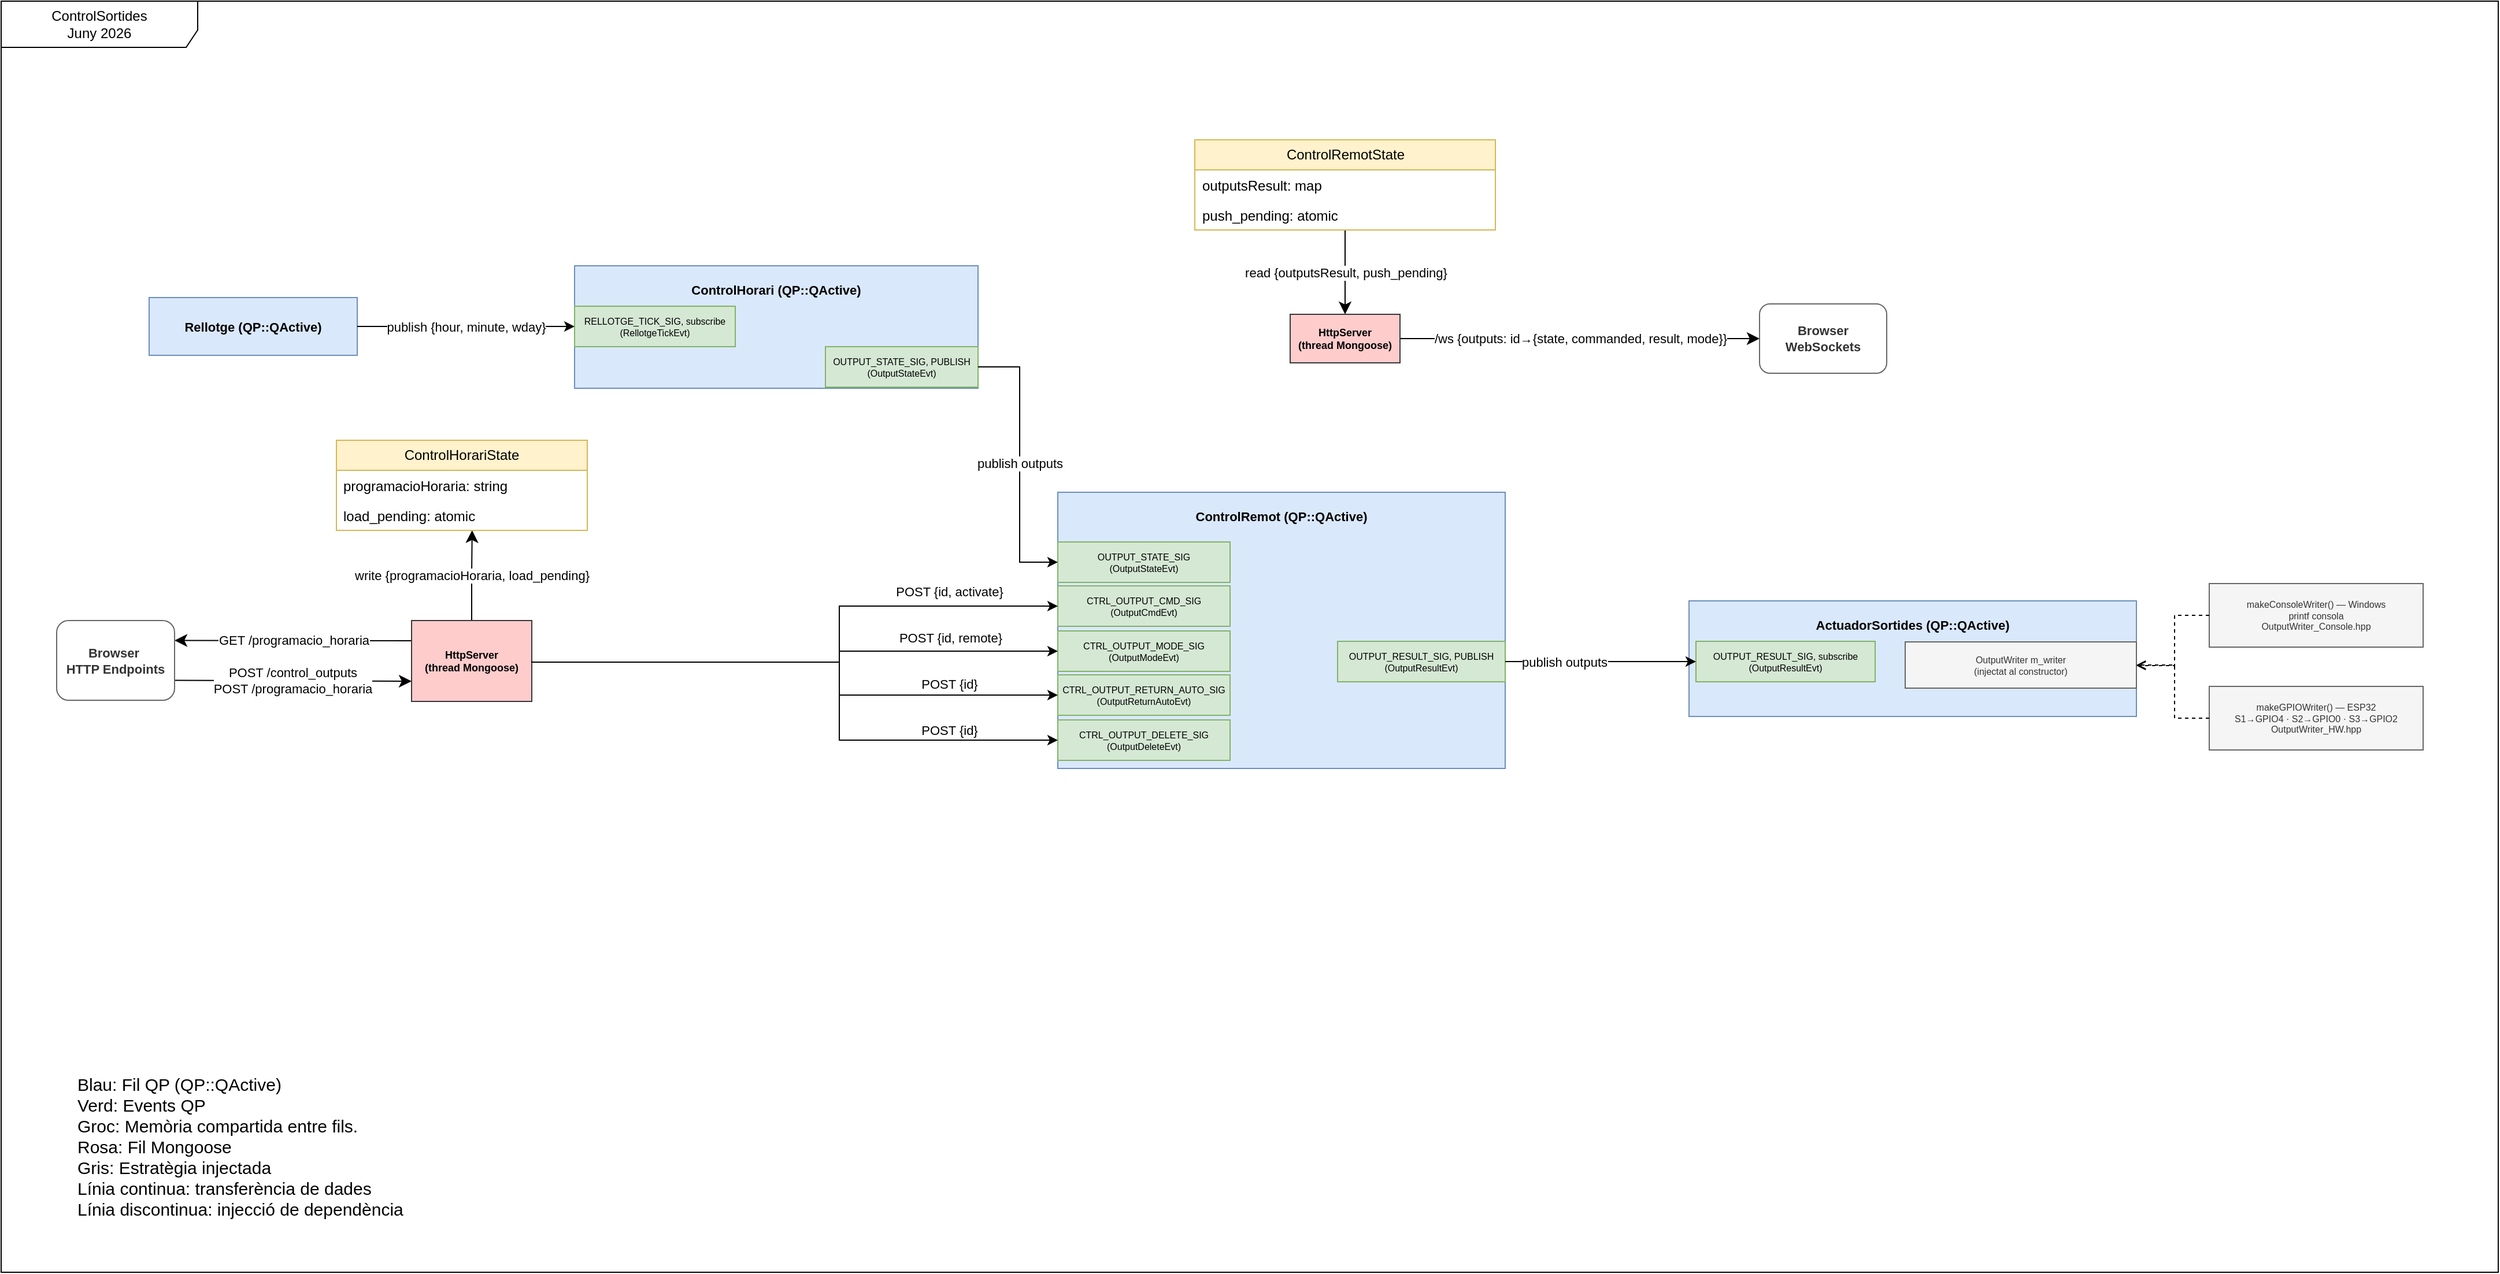
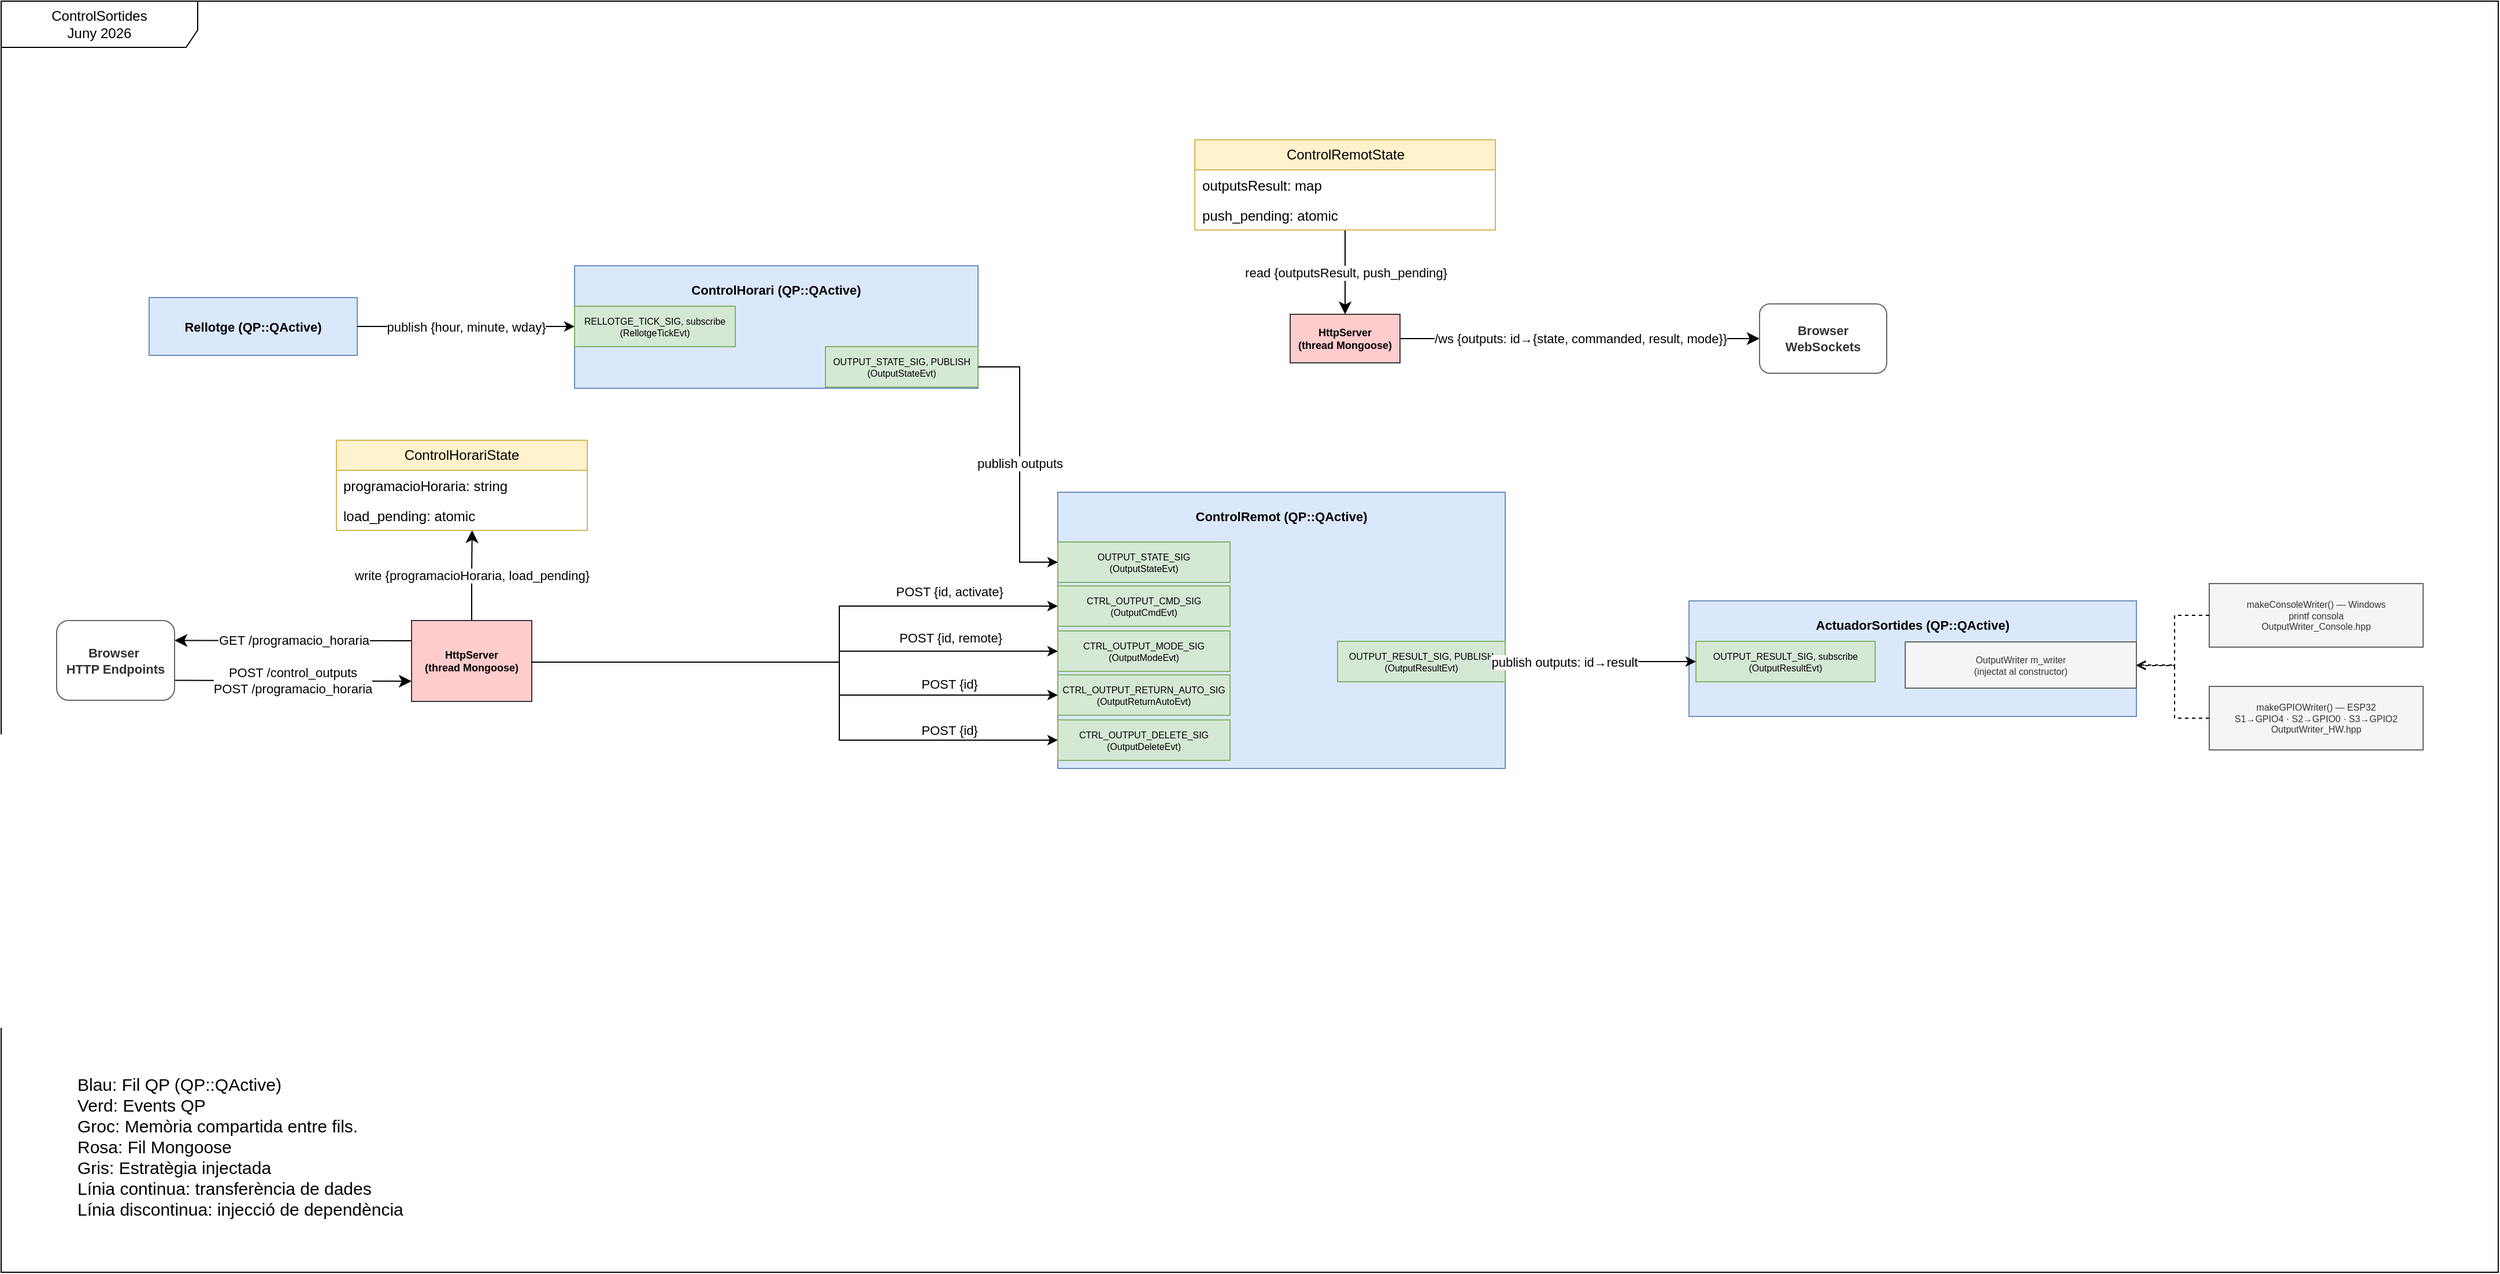
<mxfile host="Electron" agent="Mozilla/5.0 (Windows NT 10.0; Win64; x64) AppleWebKit/537.36 (KHTML, like Gecko) draw.io/28.2.8 Chrome/140.0.7339.240 Electron/38.4.0 Safari/537.36" version="28.2.8">
  <diagram name="ControlRemot" id="controlremot">
    <mxGraphModel dx="1028" dy="663" grid="1" gridSize="10" guides="1" tooltips="1" connect="1" arrows="1" fold="1" page="1" pageScale="1" pageWidth="2336" pageHeight="1654" math="0" shadow="0">
      <root>
        <mxCell id="0" />
        <mxCell id="1" parent="0" />
        <mxCell id="hFHh7xch7r8VRYxtVC4N-1" value="&lt;span style=&quot;font-family: Helvetica; font-size: 11px;&quot;&gt;GET /programacio_horaria&lt;/span&gt;" style="edgeStyle=none;curved=1;rounded=0;orthogonalLoop=1;jettySize=auto;html=1;exitX=0;exitY=0.25;exitDx=0;exitDy=0;entryX=1;entryY=0.25;entryDx=0;entryDy=0;startSize=8;endSize=8;fontFamily=Helvetica;fontSize=11" parent="1" source="http" target="nPEGExYc4R3wSkc33mew-3" edge="1">
          <mxGeometry relative="1" as="geometry" />
        </mxCell>
        <mxCell id="hX1N1Huatbx-X40mZiJC-2" value="&lt;span style=&quot;color: rgb(0, 0, 0); font-family: Helvetica; font-size: 11px; font-style: normal; font-variant-ligatures: normal; font-variant-caps: normal; font-weight: 400; letter-spacing: normal; orphans: 2; text-align: center; text-indent: 0px; text-transform: none; widows: 2; word-spacing: 0px; -webkit-text-stroke-width: 0px; white-space: nowrap; background-color: rgb(255, 255, 255); text-decoration-thickness: initial; text-decoration-style: initial; text-decoration-color: initial; display: inline !important; float: none;&quot;&gt;write {programacioHoraria, load_pending}&lt;/span&gt;" style="edgeStyle=orthogonalEdgeStyle;rounded=0;orthogonalLoop=1;jettySize=auto;html=1;exitX=0.5;exitY=0;exitDx=0;exitDy=0;startSize=8;endSize=8;entryX=0.541;entryY=0.994;entryDx=0;entryDy=0;entryPerimeter=0;fontFamily=Helvetica;fontSize=11" parent="1" source="http" target="ch_reload_f2" edge="1">
          <mxGeometry relative="1" as="geometry" />
        </mxCell>
        <mxCell id="http" value="HttpServer&#xa;(thread Mongoose)" style="rounded=0;whiteSpace=wrap;html=1;fillColor=#ffcccc;strokeColor=#36393d;fontSize=9;fontStyle=1" parent="1" vertex="1">
          <mxGeometry x="435" y="806" width="104" height="70" as="geometry" />
        </mxCell>
        <mxCell id="nPEGExYc4R3wSkc33mew-6" value="/ws {outputs: id→{state, commanded, result, mode}}" style="edgeStyle=none;curved=1;rounded=0;orthogonalLoop=1;jettySize=auto;html=1;exitX=1;exitY=0.5;exitDx=0;exitDy=0;startSize=8;endSize=8;startArrow=none;startFill=0;fontFamily=Helvetica;fontSize=11" parent="1" source="ws" target="nPEGExYc4R3wSkc33mew-5" edge="1">
          <mxGeometry relative="1" as="geometry" />
        </mxCell>
        <mxCell id="ws" value="HttpServer&lt;br&gt;(thread Mongoose)" style="rounded=0;whiteSpace=wrap;html=1;fillColor=#ffcccc;strokeColor=#36393d;fontSize=9;fontStyle=1" parent="1" vertex="1">
          <mxGeometry x="1195" y="541" width="95" height="42" as="geometry" />
        </mxCell>
        <mxCell id="ch" value="ControlHorari (QP::QActive)" style="rounded=0;whiteSpace=wrap;html=1;fillColor=#dae8fc;strokeColor=#6c8ebf;fontSize=11;fontStyle=1;verticalAlign=top;spacingTop=8" parent="1" vertex="1">
          <mxGeometry x="576" y="499" width="349" height="106" as="geometry" />
        </mxCell>
        <mxCell id="ch_tick" value="RELLOTGE_TICK_SIG, subscribe&#xa;(RellotgeTickEvt)" style="rounded=0;whiteSpace=wrap;html=1;fillColor=#d5e8d4;strokeColor=#82b366;fontSize=8" parent="1" vertex="1">
          <mxGeometry x="576" y="534" width="139" height="35" as="geometry" />
        </mxCell>
        <mxCell id="ch_out_io" value="OUTPUT_STATE_SIG, PUBLISH&#xa;(OutputStateEvt)" style="rounded=0;whiteSpace=wrap;html=1;fillColor=#d5e8d4;strokeColor=#82b366;fontSize=8" parent="1" vertex="1">
          <mxGeometry x="793" y="569" width="132" height="35" as="geometry" />
        </mxCell>
        <mxCell id="rl" value="Rellotge (QP::QActive)" style="rounded=0;whiteSpace=wrap;html=1;fillColor=#dae8fc;strokeColor=#6c8ebf;fontSize=11;fontStyle=1;" parent="1" vertex="1">
          <mxGeometry x="208" y="526.5" width="180" height="50" as="geometry" />
        </mxCell>
        <mxCell id="cr" value="ControlRemot (QP::QActive)" style="rounded=0;whiteSpace=wrap;html=1;fillColor=#dae8fc;strokeColor=#6c8ebf;fontSize=11;fontStyle=1;verticalAlign=top;spacingTop=8" parent="1" vertex="1">
          <mxGeometry x="994" y="695" width="387" height="239" as="geometry" />
        </mxCell>
        <mxCell id="in_io" value="OUTPUT_STATE_SIG&#xa;(OutputStateEvt)" style="rounded=0;whiteSpace=wrap;html=1;fillColor=#d5e8d4;strokeColor=#82b366;fontSize=8" parent="1" vertex="1">
          <mxGeometry x="994" y="738" width="149" height="35" as="geometry" />
        </mxCell>
        <mxCell id="in_cmd" value="CTRL_OUTPUT_CMD_SIG&#xa;(OutputCmdEvt)" style="rounded=0;whiteSpace=wrap;html=1;fillColor=#d5e8d4;strokeColor=#82b366;fontSize=8" parent="1" vertex="1">
          <mxGeometry x="994" y="776" width="149" height="35" as="geometry" />
        </mxCell>
        <mxCell id="in_mode" value="CTRL_OUTPUT_MODE_SIG&#xa;(OutputModeEvt)" style="rounded=0;whiteSpace=wrap;html=1;fillColor=#d5e8d4;strokeColor=#82b366;fontSize=8" parent="1" vertex="1">
          <mxGeometry x="994" y="815" width="149" height="35" as="geometry" />
        </mxCell>
        <mxCell id="in_ret" value="CTRL_OUTPUT_RETURN_AUTO_SIG&#xa;(OutputReturnAutoEvt)" style="rounded=0;whiteSpace=wrap;html=1;fillColor=#d5e8d4;strokeColor=#82b366;fontSize=8" parent="1" vertex="1">
          <mxGeometry x="994" y="853" width="149" height="35" as="geometry" />
        </mxCell>
        <mxCell id="in_del" value="CTRL_OUTPUT_DELETE_SIG&#xa;(OutputDeleteEvt)" style="rounded=0;whiteSpace=wrap;html=1;fillColor=#d5e8d4;strokeColor=#82b366;fontSize=8" parent="1" vertex="1">
          <mxGeometry x="994" y="892" width="149" height="35" as="geometry" />
        </mxCell>
        <mxCell id="out_pub" value="OUTPUT_RESULT_SIG, PUBLISH&#xa;(OutputResultEvt)" style="rounded=0;whiteSpace=wrap;html=1;fillColor=#d5e8d4;strokeColor=#82b366;fontSize=8" parent="1" vertex="1">
          <mxGeometry x="1236" y="824" width="145" height="35" as="geometry" />
        </mxCell>
        <mxCell id="hX1N1Huatbx-X40mZiJC-3" value="&lt;span style=&quot;font-size: 11px;&quot;&gt;read {outputsResult, push_pending}&lt;/span&gt;" style="edgeStyle=orthogonalEdgeStyle;rounded=0;orthogonalLoop=1;jettySize=auto;html=1;entryX=0.5;entryY=0;entryDx=0;entryDy=0;startSize=8;endSize=8;fontFamily=Helvetica;fontSize=11" parent="1" source="out_ss" target="ws" edge="1">
          <mxGeometry relative="1" as="geometry" />
        </mxCell>
        <mxCell id="e1" value="POST {id, activate}" style="edgeStyle=orthogonalEdgeStyle;rounded=0;html=1;exitX=1;exitY=0.5;entryX=0;entryY=0.5;fontFamily=Helvetica;fontSize=11" parent="1" source="http" target="in_cmd" edge="1">
          <mxGeometry x="0.6274" y="14" relative="1" as="geometry">
            <Array as="points">
              <mxPoint x="805" y="842" />
              <mxPoint x="805" y="794" />
            </Array>
            <mxPoint y="1" as="offset" />
          </mxGeometry>
        </mxCell>
        <mxCell id="e2" value="POST {id, remote}" style="edgeStyle=orthogonalEdgeStyle;rounded=0;html=1;exitX=1;exitY=0.5;entryX=0;entryY=0.5;fontFamily=Helvetica;fontSize=11" parent="1" source="http" target="in_mode" edge="1">
          <mxGeometry x="0.5961" y="13" relative="1" as="geometry">
            <Array as="points">
              <mxPoint x="805" y="842" />
              <mxPoint x="805" y="832" />
            </Array>
            <mxPoint x="1" y="1" as="offset" />
          </mxGeometry>
        </mxCell>
        <mxCell id="e3" value="POST {id}" style="edgeStyle=orthogonalEdgeStyle;rounded=0;html=1;exitX=1;exitY=0.5;entryX=0;entryY=0.5;fontFamily=Helvetica;fontSize=11" parent="1" source="http" target="in_ret" edge="1">
          <mxGeometry x="0.612" y="-29" relative="1" as="geometry">
            <Array as="points">
              <mxPoint x="539" y="842" />
              <mxPoint x="805" y="842" />
              <mxPoint x="805" y="871" />
            </Array>
            <mxPoint y="1" as="offset" />
          </mxGeometry>
        </mxCell>
        <mxCell id="e4" value="POST {id}" style="edgeStyle=orthogonalEdgeStyle;rounded=0;html=1;exitX=1;exitY=0.5;entryX=0;entryY=0.5;fontFamily=Helvetica;fontSize=11" parent="1" source="http" target="in_del" edge="1">
          <mxGeometry x="0.6409" y="50" relative="1" as="geometry">
            <Array as="points">
              <mxPoint x="539" y="842" />
              <mxPoint x="805" y="842" />
              <mxPoint x="805" y="909" />
            </Array>
            <mxPoint y="1" as="offset" />
          </mxGeometry>
        </mxCell>
        <mxCell id="e7" value="publish outputs" style="edgeStyle=orthogonalEdgeStyle;rounded=0;html=1;exitX=1;exitY=0.5;entryX=0;entryY=0.5;entryDx=0;entryDy=0;fontFamily=Helvetica;fontSize=11" parent="1" source="ch_out_io" target="in_io" edge="1">
          <mxGeometry relative="1" as="geometry">
            <Array as="points">
              <mxPoint x="961" y="587" />
              <mxPoint x="961" y="755" />
            </Array>
          </mxGeometry>
        </mxCell>
        <mxCell id="e10" value="publish {hour, minute, wday}" style="edgeStyle=orthogonalEdgeStyle;rounded=0;html=1;exitX=1;exitY=0.5;exitDx=0;exitDy=0;entryX=0;entryY=0.5;entryDx=0;entryDy=0;fontFamily=Helvetica;fontSize=11" parent="1" source="rl" target="ch_tick" edge="1">
          <mxGeometry relative="1" as="geometry" />
        </mxCell>
        <mxCell id="hFHh7xch7r8VRYxtVC4N-2" value="&lt;span style=&quot;font-size: 11px;&quot;&gt;POST /control_outputs&lt;br&gt;POST /programacio_horaria&lt;/span&gt;" style="edgeStyle=none;curved=1;rounded=0;orthogonalLoop=1;jettySize=auto;html=1;exitX=1;exitY=0.75;exitDx=0;exitDy=0;entryX=0;entryY=0.75;entryDx=0;entryDy=0;startSize=8;endSize=8;fontFamily=Helvetica;fontSize=11" parent="1" source="nPEGExYc4R3wSkc33mew-3" target="http" edge="1">
          <mxGeometry relative="1" as="geometry" />
        </mxCell>
        <mxCell id="nPEGExYc4R3wSkc33mew-3" value="&lt;b&gt;Browser&amp;nbsp;&lt;/b&gt;&lt;div&gt;&lt;b&gt;HTTP Endpoints&lt;/b&gt;&lt;/div&gt;" style="rounded=1;whiteSpace=wrap;html=1;fillColor=#ffffff;strokeColor=#666666;fontColor=#333333;fontSize=11;" parent="1" vertex="1">
          <mxGeometry x="128" y="806" width="102" height="69" as="geometry" />
        </mxCell>
        <mxCell id="nPEGExYc4R3wSkc33mew-5" value="&lt;b&gt;Browser WebSockets&lt;/b&gt;" style="rounded=1;whiteSpace=wrap;html=1;fillColor=#ffffff;strokeColor=#666666;fontColor=#333333;fontSize=11;" parent="1" vertex="1">
          <mxGeometry x="1601" y="532" width="110" height="60" as="geometry" />
        </mxCell>
        <mxCell id="jaKRlGInz0ltfFADGkvu-5" value="ControlSortides&lt;div&gt;Juny 2026&lt;/div&gt;" style="shape=umlFrame;whiteSpace=wrap;html=1;pointerEvents=0;recursiveResize=0;container=1;collapsible=0;width=170;height=40;" parent="1" vertex="1">
          <mxGeometry x="80" y="270" width="2160" height="1100" as="geometry" />
        </mxCell>
        <mxCell id="IJb5zE0oGNF-HTFJebx6-1" value="&lt;div&gt;&lt;font style=&quot;font-size: 15px;&quot;&gt;Blau: Fil QP (QP::QActive)&lt;/font&gt;&lt;/div&gt;&lt;div&gt;&lt;font style=&quot;font-size: 15px;&quot;&gt;Verd: Events QP&lt;/font&gt;&lt;/div&gt;&lt;div&gt;&lt;font style=&quot;font-size: 15px;&quot;&gt;Groc: Memòria compartida entre fils.&lt;/font&gt;&lt;/div&gt;&lt;div&gt;&lt;font style=&quot;font-size: 15px;&quot;&gt;Rosa: Fil Mongoose&lt;/font&gt;&lt;/div&gt;&lt;div&gt;&lt;font style=&quot;font-size: 15px;&quot;&gt;Gris: Estratègia injectada&lt;/font&gt;&lt;/div&gt;&lt;div&gt;&lt;font style=&quot;font-size: 15px;&quot;&gt;Línia continua: transferència de dades&lt;/font&gt;&lt;/div&gt;&lt;div&gt;&lt;font style=&quot;font-size: 15px;&quot;&gt;Línia discontinua: injecció de dependència&lt;/font&gt;&lt;/div&gt;" style="text;strokeColor=none;fillColor=none;align=left;verticalAlign=middle;spacingLeft=4;spacingRight=4;overflow=hidden;whiteSpace=wrap;html=1;" parent="jaKRlGInz0ltfFADGkvu-5" vertex="1">
          <mxGeometry x="60" y="926" width="430" height="130" as="geometry" />
        </mxCell>
        <mxCell id="out_ss" value="ControlRemotState" style="swimlane;fontStyle=0;childLayout=stackLayout;horizontal=1;startSize=26;fillColor=#fff2cc;horizontalStack=0;resizeParent=1;resizeParentMax=0;resizeLast=0;collapsible=0;marginBottom=0;whiteSpace=wrap;html=1;strokeColor=#d6b656;" parent="jaKRlGInz0ltfFADGkvu-5" vertex="1">
          <mxGeometry x="1032.5" y="120" width="260" height="78" as="geometry" />
        </mxCell>
        <mxCell id="out_ss_f1" value="outputsResult: map&lt;int, OutputInfo&gt;" style="text;strokeColor=none;fillColor=none;align=left;verticalAlign=top;spacingLeft=4;spacingRight=4;overflow=hidden;rotatable=0;points=[[0,0.5],[1,0.5]];portConstraint=eastwest;whiteSpace=wrap;html=1;" parent="out_ss" vertex="1">
          <mxGeometry y="26" width="260" height="26" as="geometry" />
        </mxCell>
        <mxCell id="out_ss_f2" value="push_pending: atomic&lt;bool&gt;" style="text;strokeColor=none;fillColor=none;align=left;verticalAlign=top;spacingLeft=4;spacingRight=4;overflow=hidden;rotatable=0;points=[[0,0.5],[1,0.5]];portConstraint=eastwest;whiteSpace=wrap;html=1;" parent="out_ss" vertex="1">
          <mxGeometry y="52" width="260" height="26" as="geometry" />
        </mxCell>
        <mxCell id="ch_reload" value="ControlHorariState" style="swimlane;fontStyle=0;childLayout=stackLayout;horizontal=1;startSize=26;fillColor=#fff2cc;horizontalStack=0;resizeParent=1;resizeParentMax=0;resizeLast=0;collapsible=0;marginBottom=0;whiteSpace=wrap;html=1;strokeColor=#d6b656;" parent="jaKRlGInz0ltfFADGkvu-5" vertex="1">
          <mxGeometry x="290" y="380" width="217" height="78" as="geometry" />
        </mxCell>
        <mxCell id="ch_reload_f1" value="programacioHoraria: string" style="text;strokeColor=none;fillColor=none;align=left;verticalAlign=top;spacingLeft=4;spacingRight=4;overflow=hidden;rotatable=0;points=[[0,0.5],[1,0.5]];portConstraint=eastwest;whiteSpace=wrap;html=1;" parent="ch_reload" vertex="1">
          <mxGeometry y="26" width="217" height="26" as="geometry" />
        </mxCell>
        <mxCell id="ch_reload_f2" value="load_pending: atomic&lt;bool&gt;" style="text;strokeColor=none;fillColor=none;align=left;verticalAlign=top;spacingLeft=4;spacingRight=4;overflow=hidden;rotatable=0;points=[[0,0.5],[1,0.5]];portConstraint=eastwest;whiteSpace=wrap;html=1;" parent="ch_reload" vertex="1">
          <mxGeometry y="52" width="217" height="26" as="geometry" />
        </mxCell>
        <mxCell id="as" value="ActuadorSortides (QP::QActive)" style="rounded=0;whiteSpace=wrap;html=1;fillColor=#dae8fc;strokeColor=#6c8ebf;fontSize=11;fontStyle=1;verticalAlign=top;spacingTop=8" parent="1" vertex="1">
          <mxGeometry x="1540" y="789" width="387" height="100" as="geometry" />
        </mxCell>
        <mxCell id="as_in" value="OUTPUT_RESULT_SIG, subscribe&#xa;(OutputResultEvt)" style="rounded=0;whiteSpace=wrap;html=1;fillColor=#d5e8d4;strokeColor=#82b366;fontSize=8" parent="1" vertex="1">
          <mxGeometry x="1546" y="824" width="155" height="35" as="geometry" />
        </mxCell>
        <mxCell id="as_gpio" value="OutputWriter m_writer&#xa;(injectat al constructor)" style="rounded=0;whiteSpace=wrap;html=1;fillColor=#f5f5f5;strokeColor=#666666;fontColor=#333333;fontSize=8" parent="1" vertex="1">
          <mxGeometry x="1727" y="824.5" width="200" height="40" as="geometry" />
        </mxCell>
-         <mxCell id="e_as" value="publish outputs" style="edgeStyle=orthogonalEdgeStyle;rounded=0;html=1;exitX=1;exitY=0.5;exitDx=0;exitDy=0;entryX=0;entryY=0.5;entryDx=0;entryDy=0;fontFamily=Helvetica;fontSize=11" parent="1" source="out_pub" target="as_in" edge="1">
+         <mxCell id="e_as" value="publish outputs: id→result" style="edgeStyle=orthogonalEdgeStyle;rounded=0;html=1;exitX=1;exitY=0.5;exitDx=0;exitDy=0;entryX=0;entryY=0.5;entryDx=0;entryDy=0;fontFamily=Helvetica;fontSize=11" parent="1" source="out_pub" target="as_in" edge="1">
          <mxGeometry x="-0.3157" relative="1" as="geometry">
            <Array as="points">
              <mxPoint x="1410" y="837" />
              <mxPoint x="1410" y="842" />
              <mxPoint x="1466" y="842" />
            </Array>
            <mxPoint as="offset" />
          </mxGeometry>
        </mxCell>
        <mxCell id="ow_hw" value="makeGPIOWriter() — ESP32&#xa;S1→GPIO4 · S2→GPIO0 · S3→GPIO2&#xa;OutputWriter_HW.hpp" style="rounded=0;whiteSpace=wrap;html=1;fillColor=#f5f5f5;strokeColor=#666666;fontColor=#333333;fontSize=8" parent="1" vertex="1">
          <mxGeometry x="1990" y="863" width="185" height="55" as="geometry" />
        </mxCell>
        <mxCell id="ow_console" value="makeConsoleWriter() — Windows&#xa;printf consola&#xa;OutputWriter_Console.hpp" style="rounded=0;whiteSpace=wrap;html=1;fillColor=#f5f5f5;strokeColor=#666666;fontColor=#333333;fontSize=8" parent="1" vertex="1">
          <mxGeometry x="1990" y="774" width="185" height="55" as="geometry" />
        </mxCell>
        <mxCell id="e_ow_hw" value="" style="edgeStyle=orthogonalEdgeStyle;rounded=0;html=1;exitX=0;exitY=0.5;exitDx=0;exitDy=0;entryX=1;entryY=0.5;entryDx=0;entryDy=0;dashed=1;endArrow=open;endFill=0;fontFamily=Helvetica;fontSize=11" parent="1" source="ow_hw" target="as_gpio" edge="1">
          <mxGeometry x="-0.1192" relative="1" as="geometry">
            <Array as="points">
              <mxPoint x="1960" y="890" />
              <mxPoint x="1960" y="844" />
            </Array>
            <mxPoint as="offset" />
          </mxGeometry>
        </mxCell>
        <mxCell id="e_ow_con" value="" style="edgeStyle=orthogonalEdgeStyle;rounded=0;html=1;entryX=1;entryY=0.5;entryDx=0;entryDy=0;dashed=1;endArrow=open;endFill=0;fontFamily=Helvetica;fontSize=11" parent="1" source="ow_console" target="as_gpio" edge="1">
          <mxGeometry relative="1" as="geometry">
            <Array as="points">
              <mxPoint x="1960" y="802" />
              <mxPoint x="1960" y="845" />
              <mxPoint x="1927" y="845" />
            </Array>
          </mxGeometry>
        </mxCell>
      </root>
    </mxGraphModel>
  </diagram>
</mxfile>
